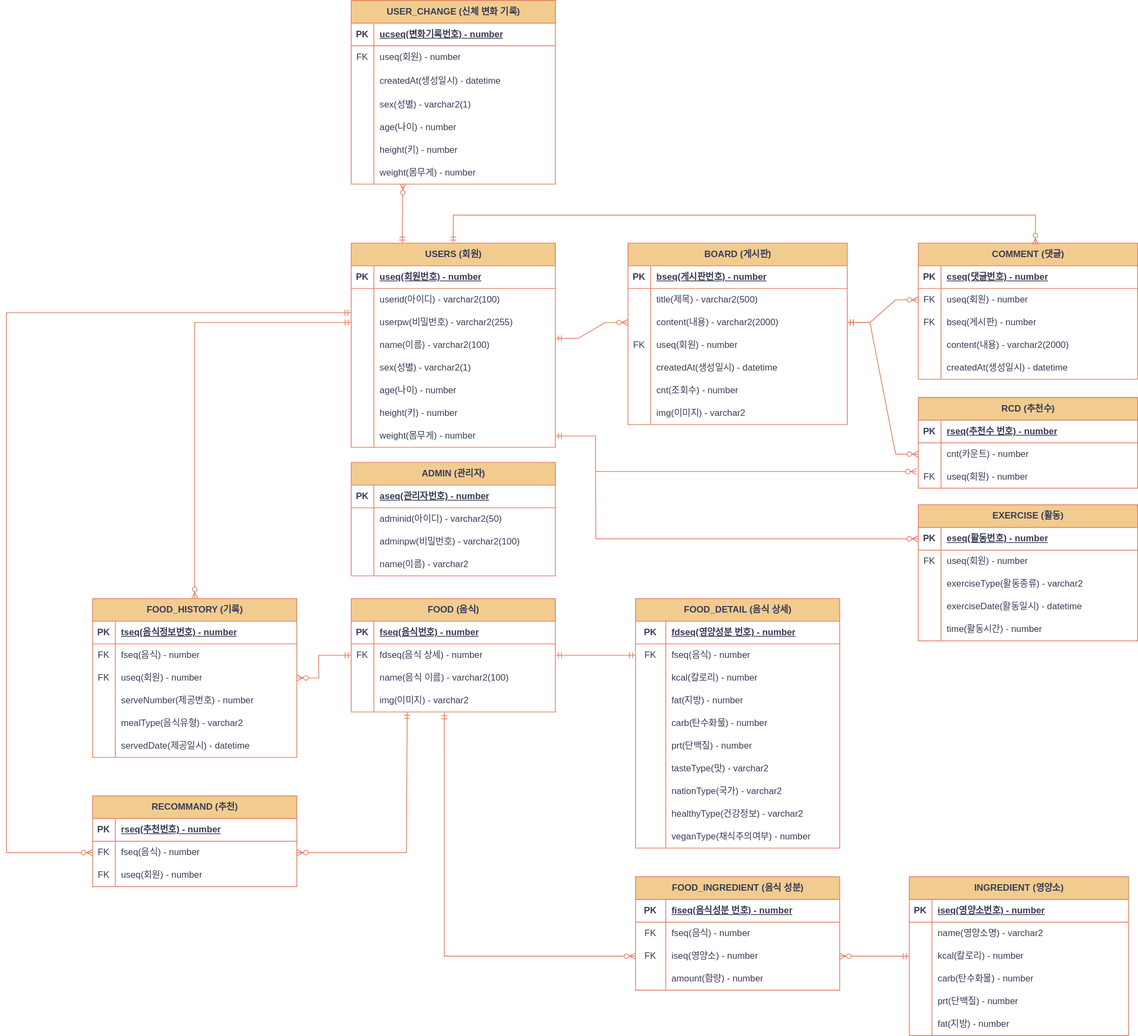
Before: document/DietProject-ERD.svg, a diagram exported from draw.io (checkIn97/Diet-Project). Source tidied: cells renumbered, new cells last; positions are measured from the earlier drawing's top-left corner, leaving out a move shared by most shapes.
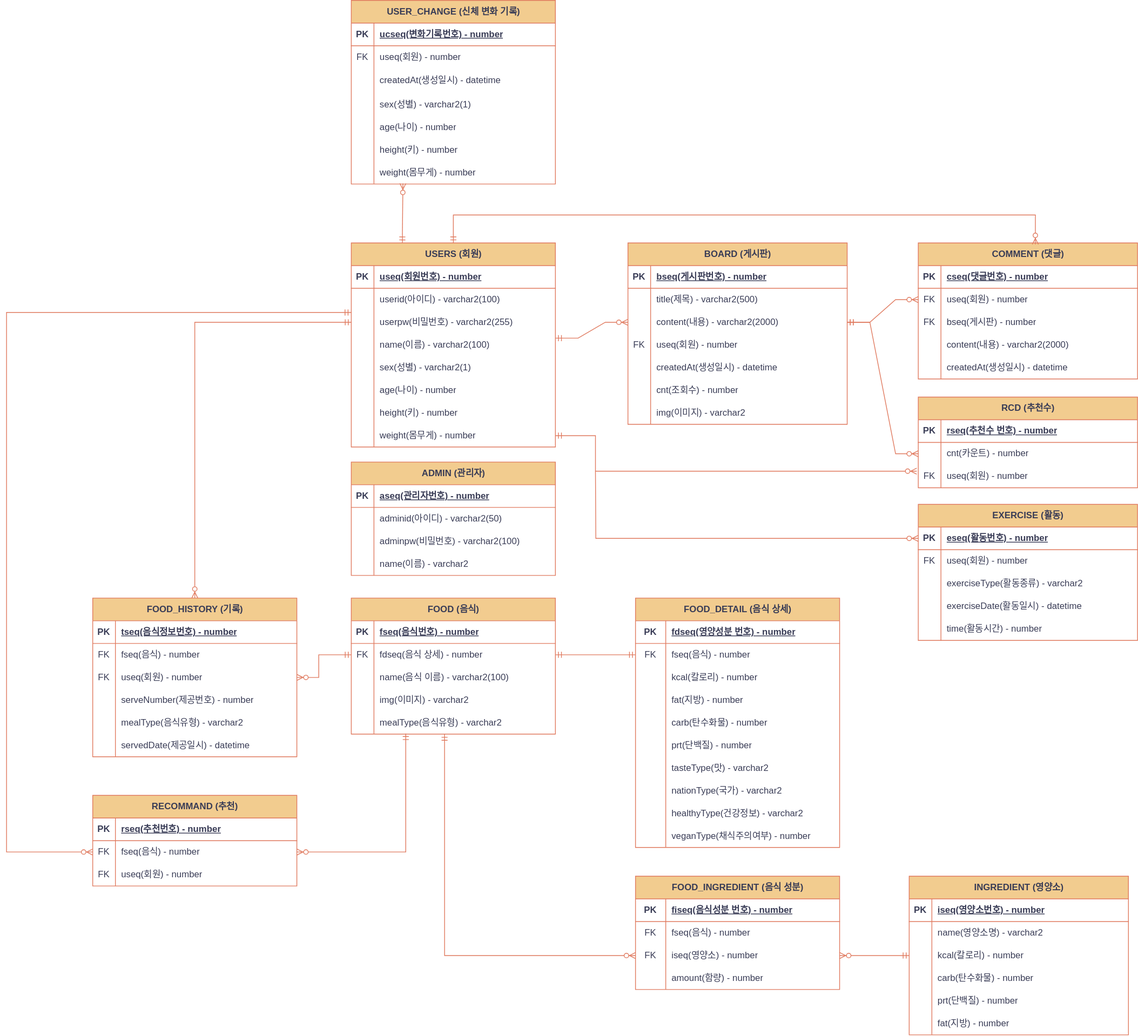
After the change.

What changed in the source:
```diff
@@ -205,7 +205,7 @@
       <mxGeometry x="30" width="240" height="30" as="geometry" />
     </mxCell>
     <mxCell id="65" value="FOOD (음식)" style="shape=table;startSize=30;rowLines=0;fontStyle=1;align=center;html=1;labelBackgroundColor=none;fillColor=#F2CC8F;strokeColor=#E07A5F;fontColor=#393C56;" parent="1" vertex="1">
-      <mxGeometry x="456" y="791" width="270" height="150" as="geometry" />
+      <mxGeometry x="456" y="791" width="270" height="180" as="geometry" />
     </mxCell>
     <mxCell id="66" style="shape=tableRow;horizontal=0;startSize=0;swimlaneHead=0;swimlaneBody=0;fillColor=none;top=0;left=0;right=0;bottom=1;labelBackgroundColor=none;strokeColor=#E07A5F;fontColor=#393C56;" parent="65" vertex="1">
       <mxGeometry y="30" width="270" height="30" as="geometry" />
@@ -243,6 +243,15 @@
     <mxCell id="77" value="img(이미지) - varchar2" style="shape=partialRectangle;fillColor=none;top=0;left=0;bottom=0;right=0;align=left;spacingLeft=6;overflow=hidden;whiteSpace=wrap;html=1;labelBackgroundColor=none;strokeColor=#E07A5F;fontColor=#393C56;" parent="75" vertex="1">
       <mxGeometry x="30" width="240" height="30" as="geometry" />
     </mxCell>
+    <mxCell id="245" style="shape=tableRow;horizontal=0;startSize=0;swimlaneHead=0;swimlaneBody=0;fillColor=none;points=[[0,0.5],[1,0.5]];portConstraint=eastwest;top=0;left=0;right=0;bottom=0;labelBackgroundColor=none;strokeColor=#E07A5F;fontColor=#393C56;" parent="65" vertex="1">
+      <mxGeometry y="150" width="270" height="30" as="geometry" />
+    </mxCell>
+    <mxCell id="246" style="shape=partialRectangle;fillColor=none;top=0;left=0;bottom=0;right=0;overflow=hidden;whiteSpace=wrap;html=1;labelBackgroundColor=none;strokeColor=#E07A5F;fontColor=#393C56;" parent="245" vertex="1">
+      <mxGeometry width="30" height="30" as="geometry" />
+    </mxCell>
+    <mxCell id="247" value="mealType(음식유형) - varchar2" style="shape=partialRectangle;fillColor=none;top=0;left=0;bottom=0;right=0;align=left;spacingLeft=6;overflow=hidden;whiteSpace=wrap;html=1;labelBackgroundColor=none;strokeColor=#E07A5F;fontColor=#393C56;" parent="245" vertex="1">
+      <mxGeometry x="30" width="240" height="30" as="geometry" />
+    </mxCell>
     <mxCell id="78" value="FOOD_DETAIL (음식 상세)" style="shape=table;startSize=30;rowLines=0;fontStyle=1;align=center;html=1;labelBackgroundColor=none;fillColor=#F2CC8F;strokeColor=#E07A5F;fontColor=#393C56;" parent="1" vertex="1">
       <mxGeometry x="832" y="791" width="270" height="330" as="geometry" />
     </mxCell>
@@ -525,7 +534,7 @@
     <mxCell id="167" value="amount(함량) - number" style="shape=partialRectangle;fillColor=none;top=0;left=0;bottom=0;right=0;align=left;spacingLeft=6;overflow=hidden;whiteSpace=wrap;html=1;labelBackgroundColor=none;strokeColor=#E07A5F;fontColor=#393C56;" parent="165" vertex="1">
       <mxGeometry x="40" width="230" height="30" as="geometry" />
     </mxCell>
-    <mxCell id="168" style="edgeStyle=orthogonalEdgeStyle;fontSize=12;html=1;endArrow=ERzeroToMany;startArrow=ERmandOne;rounded=0;exitX=0.456;exitY=1.033;exitDx=0;exitDy=0;exitPerimeter=0;entryX=0;entryY=0.5;entryDx=0;entryDy=0;labelBackgroundColor=none;strokeColor=#E07A5F;fontColor=default;" parent="1" edge="1" source="75" target="162">
+    <mxCell id="168" style="edgeStyle=orthogonalEdgeStyle;fontSize=12;html=1;endArrow=ERzeroToMany;startArrow=ERmandOne;rounded=0;entryX=0;entryY=0.5;entryDx=0;entryDy=0;labelBackgroundColor=none;strokeColor=#E07A5F;fontColor=default;exitX=0.457;exitY=1.005;exitDx=0;exitDy=0;exitPerimeter=0;" parent="1" edge="1" source="245" target="162">
       <mxGeometry relative="1" as="geometry">
         <Array as="points">
           <mxPoint x="579" y="1264" />
@@ -702,11 +711,10 @@
         </Array>
       </mxGeometry>
     </mxCell>
-    <mxCell id="221" style="fontSize=12;html=1;endArrow=ERzeroToMany;startArrow=ERmandOne;rounded=0;entryX=1;entryY=0.5;entryDx=0;entryDy=0;edgeStyle=orthogonalEdgeStyle;exitX=0.274;exitY=1.014;exitDx=0;exitDy=0;exitPerimeter=0;labelBackgroundColor=none;strokeColor=#E07A5F;fontColor=default;" parent="1" edge="1" source="75" target="214">
+    <mxCell id="221" style="fontSize=12;html=1;endArrow=ERzeroToMany;startArrow=ERmandOne;rounded=0;entryX=1;entryY=0.5;entryDx=0;entryDy=0;edgeStyle=orthogonalEdgeStyle;labelBackgroundColor=none;strokeColor=#E07A5F;fontColor=default;exitX=0.267;exitY=0.972;exitDx=0;exitDy=0;exitPerimeter=0;" parent="1" edge="1" source="245" target="214">
       <mxGeometry relative="1" as="geometry">
         <Array as="points">
-          <mxPoint x="529" y="941" />
-          <mxPoint x="529" y="1127" />
+          <mxPoint x="528" y="1127" />
         </Array>
       </mxGeometry>
     </mxCell>
```
